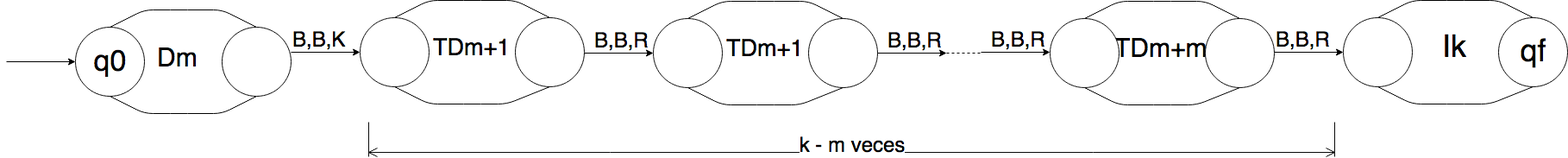
FaMAFStuffs/slides_video_lengform keeps this draw.io diagram as graphics/figure_9.png. Above is the earlier version. Source tidied: cells renumbered, new cells last; positions are measured from the earlier drawing's top-left corner, leaving out a move shared by most shapes. Its diagram source:
```xml
<mxGraphModel background="#ffffff">
  <root>
    <mxCell id="0" />
    <mxCell id="1" parent="0" />
    <mxCell id="2" style="ellipse;whiteSpace=wrap;html=1;shadow=0;strokeColor=#0F0F0F;fillColor=#FFFFFF;" parent="1" vertex="1">
      <mxGeometry x="750" y="21" width="80" height="80" as="geometry" />
    </mxCell>
    <mxCell id="3" style="ellipse;whiteSpace=wrap;html=1;shadow=0;strokeColor=#0A0A0A;fillColor=#FFFFFF;" parent="1" vertex="1">
      <mxGeometry x="930" y="21" width="80" height="80" as="geometry" />
    </mxCell>
    <mxCell id="4" style="endArrow=classic;html=1;fillColor=#FFFFFF;entryX=0;entryY=0.5;" parent="1" edge="1">
      <mxGeometry relative="1" as="geometry">
        <mxPoint x="330" y="60" as="sourcePoint" />
        <mxPoint x="410" y="60" as="targetPoint" />
      </mxGeometry>
    </mxCell>
    <mxCell id="5" style="endArrow=none;html=1;fillColor=#FFFFFF;entryX=0.5;entryY=0;exitX=0.5;exitY=0;" parent="1" edge="1" source="2" target="3">
      <mxGeometry relative="1" as="geometry">
        <Array as="points">
          <mxPoint x="830" y="1" />
          <mxPoint x="880" y="1" />
          <mxPoint x="930" y="1" />
        </Array>
      </mxGeometry>
    </mxCell>
    <mxCell id="6" style="endArrow=none;html=1;fillColor=#FFFFFF;entryX=0.5;entryY=1;exitX=0.5;exitY=1;" parent="1" edge="1" source="2" target="3">
      <mxGeometry relative="1" as="geometry">
        <Array as="points">
          <mxPoint x="830" y="121" />
          <mxPoint x="880" y="121" />
          <mxPoint x="920" y="121" />
        </Array>
      </mxGeometry>
    </mxCell>
    <mxCell id="7" style="endArrow=classic;html=1;fillColor=#FFFFFF;entryX=0;entryY=0.5;" parent="1" edge="1" target="2">
      <mxGeometry relative="1" as="geometry">
        <mxPoint x="670" y="61" as="sourcePoint" />
      </mxGeometry>
    </mxCell>
    <mxCell id="8" value="&lt;font style=&quot;font-size: 24px&quot;&gt;B,B,R&lt;/font&gt;" style="text;html=1;align=left;verticalAlign=top;spacingTop=-4;" parent="1" vertex="1">
      <mxGeometry x="680" y="31" width="80" height="20" as="geometry" />
    </mxCell>
    <mxCell id="9" value="TDm+m" style="text;html=1;spacing=5;spacingTop=-10;whiteSpace=wrap;overflow=hidden;fillColor=none;strokeColor=none;shadow=0;rounded=0;verticalAlign=middle;fontSize=30;" parent="1" vertex="1">
      <mxGeometry x="1280" y="37" width="120" height="47" as="geometry" />
    </mxCell>
    <mxCell id="10" style="endArrow=classic;html=1;fillColor=#FFFFFF;entryX=0;entryY=0.5;" parent="1" edge="1">
      <mxGeometry relative="1" as="geometry">
        <mxPoint x="1010" y="61" as="sourcePoint" />
        <mxPoint x="1090" y="61" as="targetPoint" />
      </mxGeometry>
    </mxCell>
    <mxCell id="11" value="&lt;font style=&quot;font-size: 24px&quot;&gt;B,B,R&lt;/font&gt;" style="text;html=1;align=left;verticalAlign=top;spacingTop=-4;" parent="1" vertex="1">
      <mxGeometry x="1020" y="31" width="80" height="20" as="geometry" />
    </mxCell>
    <mxCell id="12" style="endArrow=classic;html=1;fillColor=#FFFFFF;entryX=0;entryY=0.5;" parent="1" edge="1">
      <mxGeometry relative="1" as="geometry">
        <mxPoint x="1130" y="60" as="sourcePoint" />
        <mxPoint x="1210" y="60" as="targetPoint" />
      </mxGeometry>
    </mxCell>
    <mxCell id="13" value="&lt;font style=&quot;font-size: 24px&quot;&gt;B,B,R&lt;/font&gt;" style="text;html=1;align=left;verticalAlign=top;spacingTop=-4;" parent="1" vertex="1">
      <mxGeometry x="1140" y="30" width="80" height="20" as="geometry" />
    </mxCell>
    <mxCell id="14" style="endArrow=none;dashed=1;html=1;fillColor=#FFFFFF;" parent="1" edge="1">
      <mxGeometry relative="1" as="geometry">
        <mxPoint x="1090" y="61" as="sourcePoint" />
        <mxPoint x="1130" y="61" as="targetPoint" />
      </mxGeometry>
    </mxCell>
    <mxCell id="15" value="&lt;font style=&quot;font-size: 24px&quot;&gt;k - m veces&lt;/font&gt;" style="shape=dimension;whiteSpace=wrap;html=1;align=center;verticalAlign=bottom;spacingBottom=-5;labelBackgroundColor=#ffffff;shadow=0;strokeColor=#0A0A0A;fillColor=#FFFFFF;" parent="1" vertex="1">
      <mxGeometry x="420" y="141" width="1120" height="40" as="geometry" />
    </mxCell>
    <mxCell id="16" value="q0" style="ellipse;whiteSpace=wrap;html=1;shadow=0;strokeColor=#0A0A0A;fillColor=#FFFFFF;fontSize=34;" parent="1" vertex="1">
      <mxGeometry x="80" y="31" width="80" height="80" as="geometry" />
    </mxCell>
    <mxCell id="17" style="endArrow=classic;html=1;fillColor=#FFFFFF;entryX=0;entryY=0.5;" parent="1" edge="1" target="16">
      <mxGeometry relative="1" as="geometry">
        <mxPoint y="71" as="sourcePoint" />
      </mxGeometry>
    </mxCell>
    <mxCell id="18" style="edgeStyle=none;rounded=0;html=1;entryX=0.5;entryY=0;jettySize=auto;orthogonalLoop=1;fillColor=#FFFFFF;" parent="1" edge="1">
      <mxGeometry relative="1" as="geometry">
        <mxPoint x="290" y="31" as="sourcePoint" />
        <mxPoint x="290" y="31" as="targetPoint" />
      </mxGeometry>
    </mxCell>
    <mxCell id="19" style="endArrow=none;html=1;fillColor=#FFFFFF;entryX=0.5;entryY=0;exitX=0.5;exitY=0;" parent="1" edge="1" source="16">
      <mxGeometry relative="1" as="geometry">
        <mxPoint x="290" y="31" as="targetPoint" />
        <Array as="points">
          <mxPoint x="160" y="11" />
          <mxPoint x="200" y="11" />
          <mxPoint x="250" y="11" />
        </Array>
      </mxGeometry>
    </mxCell>
    <mxCell id="20" style="endArrow=none;html=1;fillColor=#FFFFFF;entryX=0.5;entryY=1;exitX=0.5;exitY=1;" parent="1" edge="1" source="16">
      <mxGeometry relative="1" as="geometry">
        <mxPoint x="290" y="111" as="targetPoint" />
        <Array as="points">
          <mxPoint x="160" y="131" />
          <mxPoint x="200" y="131" />
          <mxPoint x="250" y="131" />
        </Array>
      </mxGeometry>
    </mxCell>
    <mxCell id="21" value="Dm" style="text;html=1;spacing=5;spacingTop=-10;whiteSpace=wrap;overflow=hidden;fillColor=none;strokeColor=none;shadow=0;rounded=0;verticalAlign=middle;fontSize=30;" parent="1" vertex="1">
      <mxGeometry x="170" y="48" width="60" height="47" as="geometry" />
    </mxCell>
    <mxCell id="22" style="ellipse;whiteSpace=wrap;html=1;shadow=0;strokeColor=#0A0A0A;fillColor=#FFFFFF;fontSize=34;" parent="1" vertex="1">
      <mxGeometry x="250" y="31" width="80" height="80" as="geometry" />
    </mxCell>
    <mxCell id="23" value="&lt;font style=&quot;font-size: 24px&quot;&gt;B,B,K&lt;/font&gt;" style="text;html=1;align=left;verticalAlign=top;spacingTop=-4;" parent="1" vertex="1">
      <mxGeometry x="330" y="30" width="80" height="20" as="geometry" />
    </mxCell>
    <mxCell id="24" value="TDm+1" style="text;html=1;spacing=5;spacingTop=-10;whiteSpace=wrap;overflow=hidden;fillColor=none;strokeColor=none;shadow=0;rounded=0;verticalAlign=middle;fontSize=27;" parent="1" vertex="1">
      <mxGeometry x="830" y="38" width="100" height="47" as="geometry" />
    </mxCell>
    <mxCell id="25" style="ellipse;whiteSpace=wrap;html=1;shadow=0;strokeColor=#0F0F0F;fillColor=#FFFFFF;" parent="1" vertex="1">
      <mxGeometry x="410" y="20" width="80" height="80" as="geometry" />
    </mxCell>
    <mxCell id="26" style="ellipse;whiteSpace=wrap;html=1;shadow=0;strokeColor=#0A0A0A;fillColor=#FFFFFF;" parent="1" vertex="1">
      <mxGeometry x="590" y="20" width="80" height="80" as="geometry" />
    </mxCell>
    <mxCell id="27" style="endArrow=none;html=1;fillColor=#FFFFFF;entryX=0.5;entryY=0;exitX=0.5;exitY=0;" parent="1" edge="1" source="25" target="26">
      <mxGeometry relative="1" as="geometry">
        <Array as="points">
          <mxPoint x="490" />
          <mxPoint x="540" />
          <mxPoint x="590" />
        </Array>
      </mxGeometry>
    </mxCell>
    <mxCell id="28" style="endArrow=none;html=1;fillColor=#FFFFFF;entryX=0.5;entryY=1;exitX=0.5;exitY=1;" parent="1" edge="1" source="25" target="26">
      <mxGeometry relative="1" as="geometry">
        <Array as="points">
          <mxPoint x="490" y="120" />
          <mxPoint x="540" y="120" />
          <mxPoint x="580" y="120" />
        </Array>
      </mxGeometry>
    </mxCell>
    <mxCell id="29" value="TDm+1" style="text;html=1;spacing=5;spacingTop=-10;whiteSpace=wrap;overflow=hidden;fillColor=none;strokeColor=none;shadow=0;rounded=0;verticalAlign=middle;fontSize=27;" parent="1" vertex="1">
      <mxGeometry x="490" y="37" width="100" height="47" as="geometry" />
    </mxCell>
    <mxCell id="30" style="endArrow=classic;html=1;fillColor=#FFFFFF;entryX=0;entryY=0.5;" parent="1" edge="1">
      <mxGeometry relative="1" as="geometry">
        <mxPoint x="1470" y="60" as="sourcePoint" />
        <mxPoint x="1550" y="60" as="targetPoint" />
      </mxGeometry>
    </mxCell>
    <mxCell id="31" value="&lt;font style=&quot;font-size: 24px&quot;&gt;B,B,R&lt;/font&gt;" style="text;html=1;align=left;verticalAlign=top;spacingTop=-4;" parent="1" vertex="1">
      <mxGeometry x="1470" y="30" width="80" height="20" as="geometry" />
    </mxCell>
    <mxCell id="32" style="ellipse;whiteSpace=wrap;html=1;shadow=0;strokeColor=#0F0F0F;fillColor=#FFFFFF;" parent="1" vertex="1">
      <mxGeometry x="1550" y="20" width="80" height="80" as="geometry" />
    </mxCell>
    <mxCell id="33" value="&lt;font style=&quot;font-size: 36px&quot;&gt;qf&lt;/font&gt;" style="ellipse;whiteSpace=wrap;html=1;shadow=0;strokeColor=#0A0A0A;fillColor=#FFFFFF;" parent="1" vertex="1">
      <mxGeometry x="1730" y="20" width="80" height="80" as="geometry" />
    </mxCell>
    <mxCell id="34" style="endArrow=none;html=1;fillColor=#FFFFFF;entryX=0.5;entryY=0;exitX=0.5;exitY=0;" parent="1" edge="1" source="32" target="33">
      <mxGeometry relative="1" as="geometry">
        <Array as="points">
          <mxPoint x="1630" />
          <mxPoint x="1680" />
          <mxPoint x="1730" />
        </Array>
      </mxGeometry>
    </mxCell>
    <mxCell id="35" style="endArrow=none;html=1;fillColor=#FFFFFF;entryX=0.5;entryY=1;exitX=0.5;exitY=1;" parent="1" edge="1" source="32" target="33">
      <mxGeometry relative="1" as="geometry">
        <Array as="points">
          <mxPoint x="1630" y="120" />
          <mxPoint x="1680" y="120" />
          <mxPoint x="1720" y="120" />
        </Array>
      </mxGeometry>
    </mxCell>
    <mxCell id="36" value="&lt;font style=&quot;font-size: 36px&quot;&gt;Ik&lt;/font&gt;" style="text;html=1;spacing=5;spacingTop=-10;whiteSpace=wrap;overflow=hidden;fillColor=none;strokeColor=none;shadow=0;rounded=0;verticalAlign=middle;fontSize=27;" parent="1" vertex="1">
      <mxGeometry x="1660" y="37" width="40" height="47" as="geometry" />
    </mxCell>
    <mxCell id="37" style="ellipse;whiteSpace=wrap;html=1;shadow=0;strokeColor=#0F0F0F;fillColor=#FFFFFF;" parent="1" vertex="1">
      <mxGeometry x="1210" y="21" width="80" height="80" as="geometry" />
    </mxCell>
    <mxCell id="38" style="ellipse;whiteSpace=wrap;html=1;shadow=0;strokeColor=#0A0A0A;fillColor=#FFFFFF;" parent="1" vertex="1">
      <mxGeometry x="1390" y="21" width="80" height="80" as="geometry" />
    </mxCell>
    <mxCell id="39" style="endArrow=none;html=1;fillColor=#FFFFFF;entryX=0.5;entryY=0;exitX=0.5;exitY=0;" parent="1" edge="1" source="37" target="38">
      <mxGeometry relative="1" as="geometry">
        <Array as="points">
          <mxPoint x="1290" y="1" />
          <mxPoint x="1340" y="1" />
          <mxPoint x="1390" y="1" />
        </Array>
      </mxGeometry>
    </mxCell>
    <mxCell id="40" style="endArrow=none;html=1;fillColor=#FFFFFF;entryX=0.5;entryY=1;exitX=0.5;exitY=1;" parent="1" edge="1" source="37" target="38">
      <mxGeometry relative="1" as="geometry">
        <Array as="points">
          <mxPoint x="1290" y="121" />
          <mxPoint x="1340" y="121" />
          <mxPoint x="1380" y="121" />
        </Array>
      </mxGeometry>
    </mxCell>
  </root>
</mxGraphModel>
```
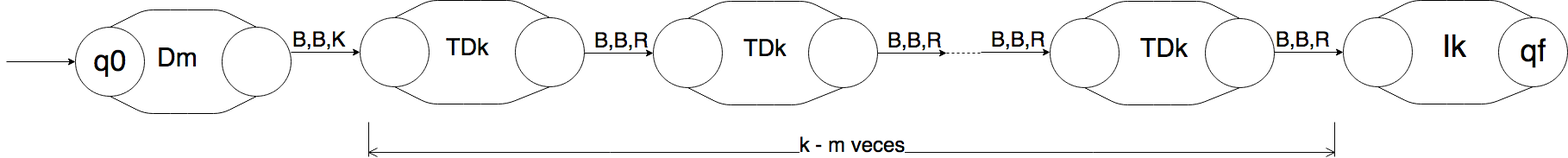
Later version of the same file.

The edit, as a diff of the source:
```diff
@@ -1,4 +1,4 @@
-<mxGraphModel background="#ffffff">
+<mxGraphModel>
   <root>
     <mxCell id="0" />
     <mxCell id="1" parent="0" />
@@ -40,8 +40,8 @@
     <mxCell id="8" value="&lt;font style=&quot;font-size: 24px&quot;&gt;B,B,R&lt;/font&gt;" style="text;html=1;align=left;verticalAlign=top;spacingTop=-4;" parent="1" vertex="1">
       <mxGeometry x="680" y="31" width="80" height="20" as="geometry" />
     </mxCell>
-    <mxCell id="9" value="TDm+m" style="text;html=1;spacing=5;spacingTop=-10;whiteSpace=wrap;overflow=hidden;fillColor=none;strokeColor=none;shadow=0;rounded=0;verticalAlign=middle;fontSize=30;" parent="1" vertex="1">
-      <mxGeometry x="1280" y="37" width="120" height="47" as="geometry" />
+    <mxCell id="9" value="TDk" style="text;html=1;spacing=5;spacingTop=-10;whiteSpace=wrap;overflow=hidden;fillColor=none;strokeColor=none;shadow=0;rounded=0;verticalAlign=middle;fontSize=30;" parent="1" vertex="1">
+      <mxGeometry x="1310" y="37" width="70" height="47" as="geometry" />
     </mxCell>
     <mxCell id="10" style="endArrow=classic;html=1;fillColor=#FFFFFF;entryX=0;entryY=0.5;" parent="1" edge="1">
       <mxGeometry relative="1" as="geometry">
@@ -113,8 +113,8 @@
     <mxCell id="23" value="&lt;font style=&quot;font-size: 24px&quot;&gt;B,B,K&lt;/font&gt;" style="text;html=1;align=left;verticalAlign=top;spacingTop=-4;" parent="1" vertex="1">
       <mxGeometry x="330" y="30" width="80" height="20" as="geometry" />
     </mxCell>
-    <mxCell id="24" value="TDm+1" style="text;html=1;spacing=5;spacingTop=-10;whiteSpace=wrap;overflow=hidden;fillColor=none;strokeColor=none;shadow=0;rounded=0;verticalAlign=middle;fontSize=27;" parent="1" vertex="1">
-      <mxGeometry x="830" y="38" width="100" height="47" as="geometry" />
+    <mxCell id="24" value="TDk" style="text;html=1;spacing=5;spacingTop=-10;whiteSpace=wrap;overflow=hidden;fillColor=none;strokeColor=none;shadow=0;rounded=0;verticalAlign=middle;fontSize=27;" parent="1" vertex="1">
+      <mxGeometry x="850" y="38" width="67" height="47" as="geometry" />
     </mxCell>
     <mxCell id="25" style="ellipse;whiteSpace=wrap;html=1;shadow=0;strokeColor=#0F0F0F;fillColor=#FFFFFF;" parent="1" vertex="1">
       <mxGeometry x="410" y="20" width="80" height="80" as="geometry" />
@@ -140,8 +140,8 @@
         </Array>
       </mxGeometry>
     </mxCell>
-    <mxCell id="29" value="TDm+1" style="text;html=1;spacing=5;spacingTop=-10;whiteSpace=wrap;overflow=hidden;fillColor=none;strokeColor=none;shadow=0;rounded=0;verticalAlign=middle;fontSize=27;" parent="1" vertex="1">
-      <mxGeometry x="490" y="37" width="100" height="47" as="geometry" />
+    <mxCell id="29" value="TDk" style="text;html=1;spacing=5;spacingTop=-10;whiteSpace=wrap;overflow=hidden;fillColor=none;strokeColor=none;shadow=0;rounded=0;verticalAlign=middle;fontSize=27;" parent="1" vertex="1">
+      <mxGeometry x="505" y="37" width="70" height="47" as="geometry" />
     </mxCell>
     <mxCell id="30" style="endArrow=classic;html=1;fillColor=#FFFFFF;entryX=0;entryY=0.5;" parent="1" edge="1">
       <mxGeometry relative="1" as="geometry">
```
